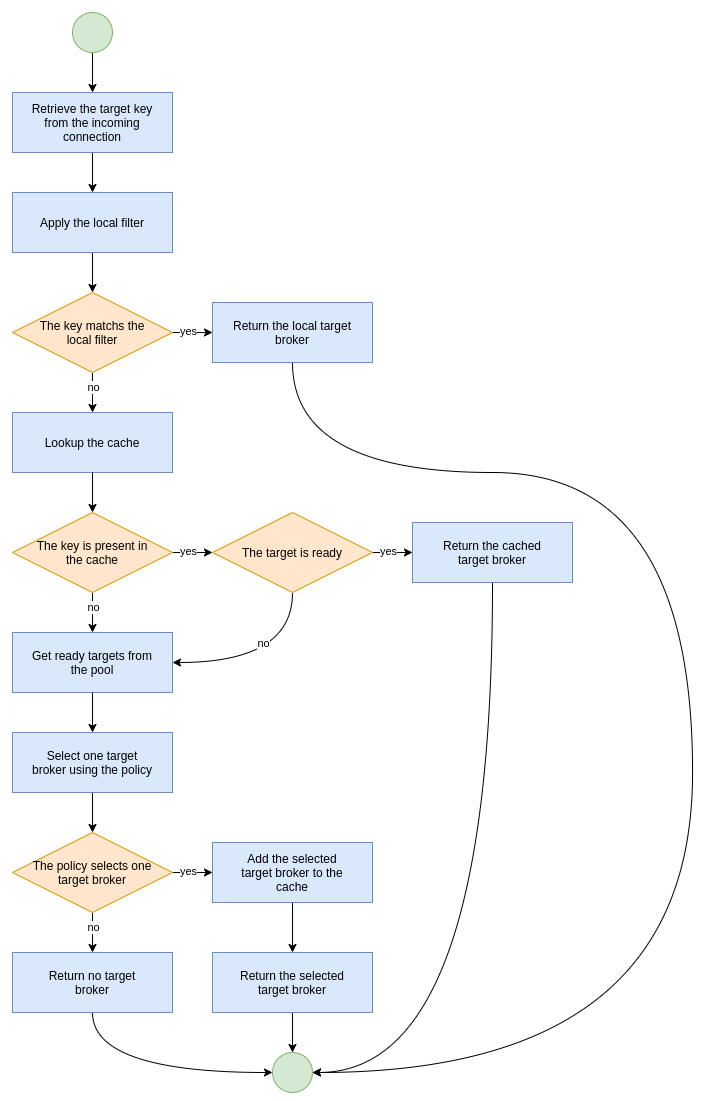
Earlier version of the draw.io export docs/user-manual/en/images/broker_balancer_workflow.png (apache/activemq-artemis). Source tidied: cells renumbered, new cells last; positions are measured from the earlier drawing's top-left corner, leaving out a move shared by most shapes. The source it was exported from:
```xml
<mxGraphModel>
  <root>
    <mxCell id="0" />
    <mxCell id="1" parent="0" />
    <mxCell id="2" style="edgeStyle=orthogonalEdgeStyle;curved=1;rounded=0;jettySize=auto;html=1;exitX=0.5;exitY=1;exitDx=0;exitDy=0;entryX=0.5;entryY=0;entryDx=0;entryDy=0;" parent="1" edge="1" source="3" target="5">
      <mxGeometry relative="1" as="geometry" />
    </mxCell>
    <mxCell id="3" style="ellipse;whiteSpace=wrap;html=1;fillColor=#d5e8d4;strokeColor=#82b366;" parent="1" vertex="1">
      <mxGeometry x="60" width="40" height="40" as="geometry" />
    </mxCell>
    <mxCell id="4" style="rounded=0;jettySize=auto;html=1;exitX=0.5;exitY=1;exitDx=0;exitDy=0;entryX=0.5;entryY=0;entryDx=0;entryDy=0;" parent="1" edge="1" source="5" target="12">
      <mxGeometry relative="1" as="geometry" />
    </mxCell>
    <mxCell id="5" value="Retrieve the target key from the incoming connection" style="rounded=0;whiteSpace=wrap;html=1;fillColor=#dae8fc;strokeColor=#6c8ebf;spacing=20;" parent="1" vertex="1">
      <mxGeometry y="80" width="160" height="60" as="geometry" />
    </mxCell>
    <mxCell id="6" style="rounded=0;jettySize=auto;html=1;exitX=1;exitY=0.5;exitDx=0;exitDy=0;" parent="1" edge="1" source="10">
      <mxGeometry relative="1" as="geometry">
        <mxPoint x="200" y="320" as="targetPoint" />
      </mxGeometry>
    </mxCell>
    <mxCell id="7" value="yes" style="edgeLabel;html=1;align=center;verticalAlign=middle;" parent="6" vertex="1">
      <mxGeometry x="-0.21" y="-2" relative="1" as="geometry">
        <mxPoint y="-4" as="offset" />
      </mxGeometry>
    </mxCell>
    <mxCell id="8" style="rounded=0;jettySize=auto;html=1;exitX=0.5;exitY=1;exitDx=0;exitDy=0;" parent="1" edge="1" source="10">
      <mxGeometry relative="1" as="geometry">
        <mxPoint x="80" y="400" as="targetPoint" />
      </mxGeometry>
    </mxCell>
    <mxCell id="9" value="no" style="edgeLabel;html=1;align=center;verticalAlign=middle;" parent="8" vertex="1">
      <mxGeometry x="-0.27" relative="1" as="geometry" />
    </mxCell>
    <mxCell id="10" value="The key matchs the local filter" style="rhombus;whiteSpace=wrap;html=1;spacing=20;fillColor=#ffe6cc;strokeColor=#d79b00;" parent="1" vertex="1">
      <mxGeometry y="280" width="160" height="80" as="geometry" />
    </mxCell>
    <mxCell id="11" style="rounded=0;jettySize=auto;html=1;exitX=0.5;exitY=1;exitDx=0;exitDy=0;entryX=0.5;entryY=0;entryDx=0;entryDy=0;" parent="1" edge="1" source="12" target="10">
      <mxGeometry relative="1" as="geometry" />
    </mxCell>
    <mxCell id="12" value="Apply the local filter" style="rounded=0;whiteSpace=wrap;html=1;fillColor=#dae8fc;strokeColor=#6c8ebf;spacing=20;" parent="1" vertex="1">
      <mxGeometry y="180" width="160" height="60" as="geometry" />
    </mxCell>
    <mxCell id="13" style="edgeStyle=orthogonalEdgeStyle;curved=1;rounded=0;jettySize=auto;html=1;exitX=0.5;exitY=1;exitDx=0;exitDy=0;" parent="1" edge="1" source="14">
      <mxGeometry relative="1" as="geometry">
        <mxPoint x="300" y="1060" as="targetPoint" />
        <Array as="points">
          <mxPoint x="280" y="460" />
          <mxPoint x="680" y="460" />
          <mxPoint x="680" y="1060" />
        </Array>
      </mxGeometry>
    </mxCell>
    <mxCell id="14" value="Return the local target broker" style="rounded=0;whiteSpace=wrap;html=1;fillColor=#dae8fc;strokeColor=#6c8ebf;spacing=20;" parent="1" vertex="1">
      <mxGeometry x="200" y="290" width="160" height="60" as="geometry" />
    </mxCell>
    <mxCell id="15" value="Lookup the cache" style="rounded=0;whiteSpace=wrap;html=1;fillColor=#dae8fc;strokeColor=#6c8ebf;spacing=20;" parent="1" vertex="1">
      <mxGeometry y="400" width="160" height="60" as="geometry" />
    </mxCell>
    <mxCell id="16" style="rounded=0;jettySize=auto;html=1;exitX=1;exitY=0.5;exitDx=0;exitDy=0;" parent="1" edge="1" source="20">
      <mxGeometry relative="1" as="geometry">
        <mxPoint x="200" y="540" as="targetPoint" />
      </mxGeometry>
    </mxCell>
    <mxCell id="17" value="yes" style="edgeLabel;html=1;align=center;verticalAlign=middle;" parent="16" vertex="1">
      <mxGeometry x="-0.21" y="-2" relative="1" as="geometry">
        <mxPoint y="-4" as="offset" />
      </mxGeometry>
    </mxCell>
    <mxCell id="18" style="rounded=0;jettySize=auto;html=1;exitX=0.5;exitY=1;exitDx=0;exitDy=0;" parent="1" edge="1" source="20">
      <mxGeometry relative="1" as="geometry">
        <mxPoint x="80" y="620" as="targetPoint" />
      </mxGeometry>
    </mxCell>
    <mxCell id="19" value="no" style="edgeLabel;html=1;align=center;verticalAlign=middle;" parent="18" vertex="1">
      <mxGeometry x="-0.27" relative="1" as="geometry" />
    </mxCell>
    <mxCell id="20" value="The key is present in the cache" style="rhombus;whiteSpace=wrap;html=1;spacing=20;fillColor=#ffe6cc;strokeColor=#d79b00;" parent="1" vertex="1">
      <mxGeometry y="500" width="160" height="80" as="geometry" />
    </mxCell>
    <mxCell id="21" style="rounded=0;jettySize=auto;html=1;exitX=0.5;exitY=1;exitDx=0;exitDy=0;entryX=0.5;entryY=0;entryDx=0;entryDy=0;" parent="1" edge="1" target="20">
      <mxGeometry relative="1" as="geometry">
        <mxPoint x="80" y="460" as="sourcePoint" />
      </mxGeometry>
    </mxCell>
    <mxCell id="22" style="edgeStyle=orthogonalEdgeStyle;curved=1;rounded=0;jettySize=auto;html=1;exitX=0.5;exitY=1;exitDx=0;exitDy=0;entryX=1;entryY=0.5;entryDx=0;entryDy=0;" parent="1" edge="1" source="23" target="42">
      <mxGeometry relative="1" as="geometry" />
    </mxCell>
    <mxCell id="23" value="Return the cached target broker" style="rounded=0;whiteSpace=wrap;html=1;fillColor=#dae8fc;strokeColor=#6c8ebf;spacing=20;" parent="1" vertex="1">
      <mxGeometry x="400" y="510" width="160" height="60" as="geometry" />
    </mxCell>
    <mxCell id="24" value="Get ready targets from the pool" style="rounded=0;whiteSpace=wrap;html=1;fillColor=#dae8fc;strokeColor=#6c8ebf;spacing=20;" parent="1" vertex="1">
      <mxGeometry y="620" width="160" height="60" as="geometry" />
    </mxCell>
    <mxCell id="25" style="rounded=0;jettySize=auto;html=1;exitX=0.5;exitY=1;exitDx=0;exitDy=0;entryX=0.5;entryY=0;entryDx=0;entryDy=0;" parent="1" edge="1" target="32">
      <mxGeometry relative="1" as="geometry">
        <mxPoint x="80" y="680" as="sourcePoint" />
      </mxGeometry>
    </mxCell>
    <mxCell id="26" style="rounded=0;jettySize=auto;html=1;exitX=1;exitY=0.5;exitDx=0;exitDy=0;" parent="1" edge="1" source="30">
      <mxGeometry relative="1" as="geometry">
        <mxPoint x="200" y="860" as="targetPoint" />
      </mxGeometry>
    </mxCell>
    <mxCell id="27" value="yes" style="edgeLabel;html=1;align=center;verticalAlign=middle;" parent="26" vertex="1">
      <mxGeometry x="-0.21" y="-2" relative="1" as="geometry">
        <mxPoint y="-4" as="offset" />
      </mxGeometry>
    </mxCell>
    <mxCell id="28" style="rounded=0;jettySize=auto;html=1;exitX=0.5;exitY=1;exitDx=0;exitDy=0;" parent="1" edge="1" source="30">
      <mxGeometry relative="1" as="geometry">
        <mxPoint x="80" y="940" as="targetPoint" />
      </mxGeometry>
    </mxCell>
    <mxCell id="29" value="no" style="edgeLabel;html=1;align=center;verticalAlign=middle;" parent="28" vertex="1">
      <mxGeometry x="-0.27" relative="1" as="geometry" />
    </mxCell>
    <mxCell id="30" value="The policy selects one target broker" style="rhombus;whiteSpace=wrap;html=1;spacing=20;fillColor=#ffe6cc;strokeColor=#d79b00;" parent="1" vertex="1">
      <mxGeometry y="820" width="160" height="80" as="geometry" />
    </mxCell>
    <mxCell id="31" style="rounded=0;jettySize=auto;html=1;exitX=0.5;exitY=1;exitDx=0;exitDy=0;entryX=0.5;entryY=0;entryDx=0;entryDy=0;" parent="1" edge="1" source="32" target="30">
      <mxGeometry relative="1" as="geometry" />
    </mxCell>
    <mxCell id="32" value="Select one target broker using the policy" style="rounded=0;whiteSpace=wrap;html=1;fillColor=#dae8fc;strokeColor=#6c8ebf;spacing=20;" parent="1" vertex="1">
      <mxGeometry y="720" width="160" height="60" as="geometry" />
    </mxCell>
    <mxCell id="33" style="edgeStyle=orthogonalEdgeStyle;rounded=0;jettySize=auto;html=1;exitX=0.5;exitY=1;exitDx=0;exitDy=0;entryX=0.5;entryY=0;entryDx=0;entryDy=0;curved=1;" parent="1" edge="1" source="34" target="44">
      <mxGeometry relative="1" as="geometry" />
    </mxCell>
    <mxCell id="34" value="Add the selected target broker to the cache" style="rounded=0;whiteSpace=wrap;html=1;fillColor=#dae8fc;strokeColor=#6c8ebf;spacing=20;" parent="1" vertex="1">
      <mxGeometry x="200" y="830" width="160" height="60" as="geometry" />
    </mxCell>
    <mxCell id="35" style="edgeStyle=orthogonalEdgeStyle;curved=1;rounded=0;jettySize=auto;html=1;exitX=0.5;exitY=1;exitDx=0;exitDy=0;entryX=0;entryY=0.5;entryDx=0;entryDy=0;" parent="1" edge="1" source="36" target="42">
      <mxGeometry relative="1" as="geometry" />
    </mxCell>
    <mxCell id="36" value="Return no target broker" style="rounded=0;whiteSpace=wrap;html=1;fillColor=#dae8fc;strokeColor=#6c8ebf;spacing=20;" parent="1" vertex="1">
      <mxGeometry y="940" width="160" height="60" as="geometry" />
    </mxCell>
    <mxCell id="37" style="rounded=0;jettySize=auto;html=1;exitX=1;exitY=0.5;exitDx=0;exitDy=0;" parent="1" edge="1" source="41">
      <mxGeometry relative="1" as="geometry">
        <mxPoint x="400" y="540" as="targetPoint" />
      </mxGeometry>
    </mxCell>
    <mxCell id="38" value="yes" style="edgeLabel;html=1;align=center;verticalAlign=middle;" parent="37" vertex="1">
      <mxGeometry x="-0.21" y="-2" relative="1" as="geometry">
        <mxPoint y="-4" as="offset" />
      </mxGeometry>
    </mxCell>
    <mxCell id="39" style="rounded=0;jettySize=auto;html=1;exitX=0.5;exitY=1;exitDx=0;exitDy=0;edgeStyle=orthogonalEdgeStyle;curved=1;entryX=1;entryY=0.5;entryDx=0;entryDy=0;" parent="1" edge="1" source="41" target="24">
      <mxGeometry relative="1" as="geometry" />
    </mxCell>
    <mxCell id="40" value="no" style="edgeLabel;html=1;align=center;verticalAlign=middle;" parent="39" vertex="1">
      <mxGeometry x="-0.27" relative="1" as="geometry">
        <mxPoint x="-30" y="-19" as="offset" />
      </mxGeometry>
    </mxCell>
    <mxCell id="41" value="The target is ready" style="rhombus;whiteSpace=wrap;html=1;spacing=20;fillColor=#ffe6cc;strokeColor=#d79b00;" parent="1" vertex="1">
      <mxGeometry x="200" y="500" width="160" height="80" as="geometry" />
    </mxCell>
    <mxCell id="42" style="ellipse;whiteSpace=wrap;html=1;fillColor=#d5e8d4;strokeColor=#82b366;" parent="1" vertex="1">
      <mxGeometry x="260" y="1040" width="40" height="40" as="geometry" />
    </mxCell>
    <mxCell id="43" style="edgeStyle=orthogonalEdgeStyle;curved=1;rounded=0;jettySize=auto;html=1;exitX=0.5;exitY=1;exitDx=0;exitDy=0;entryX=0.5;entryY=0;entryDx=0;entryDy=0;" parent="1" edge="1" source="44" target="42">
      <mxGeometry relative="1" as="geometry" />
    </mxCell>
    <mxCell id="44" value="Return the selected target broker" style="rounded=0;whiteSpace=wrap;html=1;fillColor=#dae8fc;strokeColor=#6c8ebf;spacing=20;" parent="1" vertex="1">
      <mxGeometry x="200" y="940" width="160" height="60" as="geometry" />
    </mxCell>
  </root>
</mxGraphModel>
```
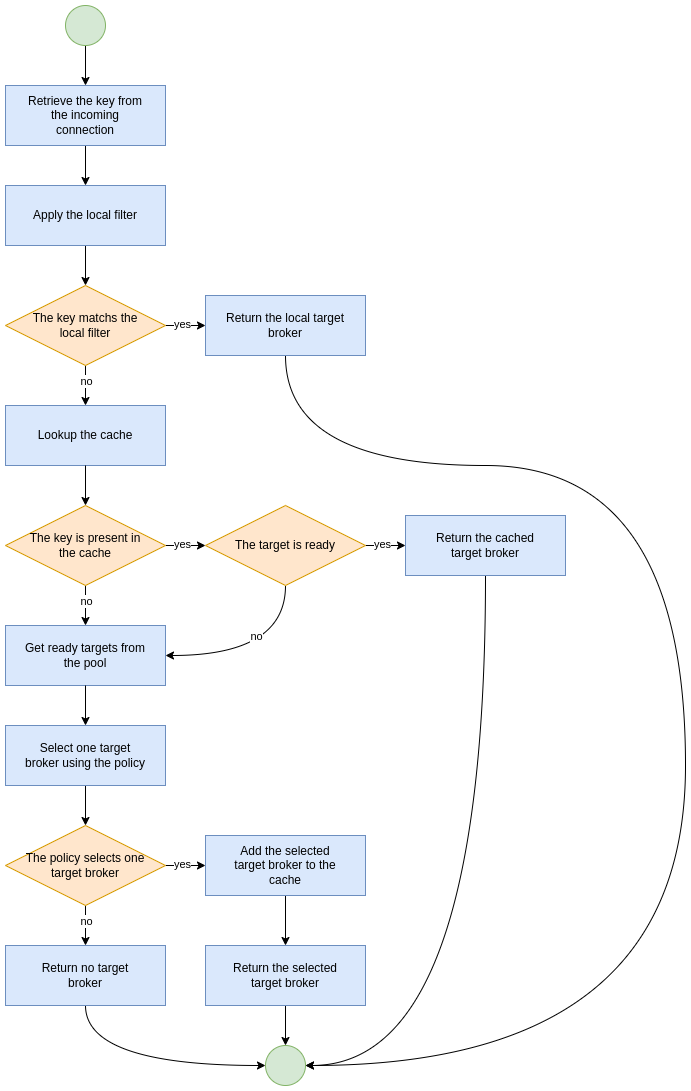
The same diagram one commit later.

The edit, as a diff of the source:
```diff
@@ -11,7 +11,7 @@
     <mxCell id="4" style="rounded=0;jettySize=auto;html=1;exitX=0.5;exitY=1;exitDx=0;exitDy=0;entryX=0.5;entryY=0;entryDx=0;entryDy=0;" parent="1" edge="1" source="5" target="12">
       <mxGeometry relative="1" as="geometry" />
     </mxCell>
-    <mxCell id="5" value="Retrieve the target key from the incoming connection" style="rounded=0;whiteSpace=wrap;html=1;fillColor=#dae8fc;strokeColor=#6c8ebf;spacing=20;" parent="1" vertex="1">
+    <mxCell id="5" value="Retrieve the key from the incoming connection" style="rounded=0;whiteSpace=wrap;html=1;fillColor=#dae8fc;strokeColor=#6c8ebf;spacing=20;" parent="1" vertex="1">
       <mxGeometry y="80" width="160" height="60" as="geometry" />
     </mxCell>
     <mxCell id="6" style="rounded=0;jettySize=auto;html=1;exitX=1;exitY=0.5;exitDx=0;exitDy=0;" parent="1" edge="1" source="10">
```
